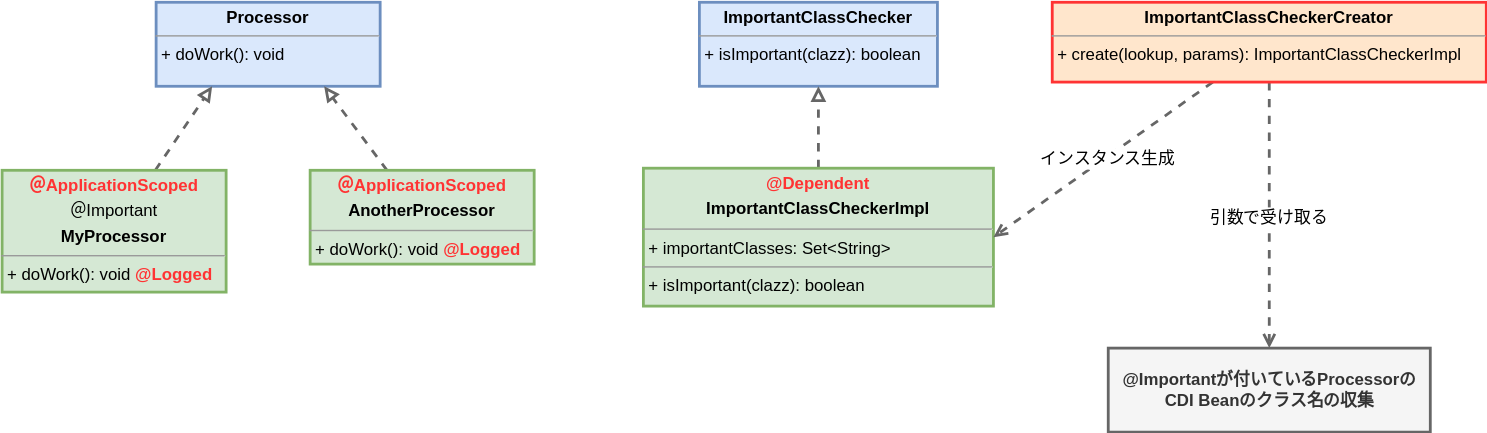
Above: src/img/blogs/2023/1204_02_buidextension_after.drawio.svg in mamezou-tech/mamezou-tech-site (draw.io), before the change. Source tidied: cells renumbered, new cells last; positions are measured from the earlier drawing's top-left corner, leaving out a move shared by most shapes. Its diagram source:
```xml
<mxGraphModel>
  <root>
    <mxCell id="0" />
    <mxCell id="1" parent="0" />
    <mxCell id="2" value="&lt;p style=&quot;margin:0px;margin-top:4px;text-align:center;&quot;&gt;&lt;b&gt;Processor&lt;/b&gt;&lt;/p&gt;&lt;hr size=&quot;1&quot;&gt;&lt;p style=&quot;margin:0px;margin-left:4px;&quot;&gt;+ doWork(): void&lt;/p&gt;" style="verticalAlign=top;align=left;overflow=fill;fontSize=12;fontFamily=Helvetica;html=1;fillColor=#dae8fc;strokeColor=#6c8ebf;strokeWidth=2;" parent="1" vertex="1">
      <mxGeometry x="110" width="160" height="60" as="geometry" />
    </mxCell>
    <mxCell id="3" style="edgeStyle=none;html=1;entryX=0.25;entryY=1;entryDx=0;entryDy=0;endArrow=block;endFill=0;dashed=1;strokeColor=#666666;strokeWidth=2;" parent="1" edge="1" source="4" target="2">
      <mxGeometry relative="1" as="geometry" />
    </mxCell>
    <mxCell id="4" value="&lt;p style=&quot;margin:0px;margin-top:4px;text-align:center;&quot;&gt;&lt;font color=&quot;#ff3333&quot;&gt;&lt;b&gt;＠ApplicationScoped&lt;/b&gt;&lt;/font&gt;&lt;/p&gt;&lt;p style=&quot;margin:0px;margin-top:4px;text-align:center;&quot;&gt;＠Important&lt;/p&gt;&lt;p style=&quot;margin:0px;margin-top:4px;text-align:center;&quot;&gt;&lt;b&gt;MyProcessor&lt;/b&gt;&lt;/p&gt;&lt;hr size=&quot;1&quot;&gt;&lt;p style=&quot;margin:0px;margin-left:4px;&quot;&gt;+ doWork(): void &lt;b&gt;&lt;font color=&quot;#ff3333&quot;&gt;@Logged&lt;/font&gt;&lt;/b&gt;&lt;/p&gt;" style="verticalAlign=top;align=left;overflow=fill;fontSize=12;fontFamily=Helvetica;html=1;fillColor=#d5e8d4;strokeColor=#82b366;strokeWidth=2;" parent="1" vertex="1">
      <mxGeometry y="120" width="160" height="87" as="geometry" />
    </mxCell>
    <mxCell id="5" style="edgeStyle=none;html=1;entryX=0.75;entryY=1;entryDx=0;entryDy=0;dashed=1;endArrow=block;endFill=0;strokeColor=#666666;strokeWidth=2;" parent="1" edge="1" source="6" target="2">
      <mxGeometry relative="1" as="geometry" />
    </mxCell>
    <mxCell id="6" value="&lt;p style=&quot;margin:0px;margin-top:4px;text-align:center;&quot;&gt;&lt;b style=&quot;border-color: var(--border-color); color: rgb(255, 51, 51);&quot;&gt;＠ApplicationScoped&lt;/b&gt;&lt;b style=&quot;background-color: initial;&quot;&gt;&lt;br&gt;&lt;/b&gt;&lt;/p&gt;&lt;p style=&quot;margin:0px;margin-top:4px;text-align:center;&quot;&gt;&lt;b style=&quot;background-color: initial;&quot;&gt;AnotherProcessor&lt;/b&gt;&lt;br&gt;&lt;/p&gt;&lt;hr size=&quot;1&quot;&gt;&lt;p style=&quot;margin:0px;margin-left:4px;&quot;&gt;+ doWork(): void &lt;b&gt;&lt;font color=&quot;#ff3333&quot;&gt;@Logged&lt;/font&gt;&lt;/b&gt;&lt;/p&gt;" style="verticalAlign=top;align=left;overflow=fill;fontSize=12;fontFamily=Helvetica;html=1;fillColor=#d5e8d4;strokeColor=#82b366;strokeWidth=2;" parent="1" vertex="1">
      <mxGeometry x="220" y="120" width="160" height="67" as="geometry" />
    </mxCell>
    <mxCell id="7" value="&lt;p style=&quot;margin:0px;margin-top:4px;text-align:center;&quot;&gt;&lt;b&gt;ImportantClassChecker&lt;/b&gt;&lt;br&gt;&lt;/p&gt;&lt;hr size=&quot;1&quot;&gt;&lt;p style=&quot;margin:0px;margin-left:4px;&quot;&gt;+ isImportant(clazz): boolean&lt;/p&gt;" style="verticalAlign=top;align=left;overflow=fill;fontSize=12;fontFamily=Helvetica;html=1;fillColor=#dae8fc;strokeColor=#6c8ebf;strokeWidth=2;" parent="1" vertex="1">
      <mxGeometry x="498" width="170" height="60" as="geometry" />
    </mxCell>
    <mxCell id="8" style="edgeStyle=none;html=1;entryX=0.5;entryY=1;entryDx=0;entryDy=0;dashed=1;endArrow=block;endFill=0;exitX=0.5;exitY=0;exitDx=0;exitDy=0;strokeColor=#666666;strokeWidth=2;" parent="1" edge="1" source="9" target="7">
      <mxGeometry relative="1" as="geometry" />
    </mxCell>
    <mxCell id="9" value="&lt;p style=&quot;margin:0px;margin-top:4px;text-align:center;&quot;&gt;&lt;span style=&quot;border-color: var(--border-color);&quot;&gt;&lt;b&gt;&lt;font color=&quot;#ff3333&quot;&gt;@Dependent&lt;/font&gt;&lt;/b&gt;&lt;br&gt;&lt;/span&gt;&lt;/p&gt;&lt;p style=&quot;margin:0px;margin-top:4px;text-align:center;&quot;&gt;&lt;b style=&quot;border-color: var(--border-color);&quot;&gt;ImportantClassCheckerImpl&lt;/b&gt;&lt;br&gt;&lt;/p&gt;&lt;hr size=&quot;1&quot;&gt;&lt;p style=&quot;margin:0px;margin-left:4px;&quot;&gt;+ importantClasses:&amp;nbsp;Set&amp;lt;String&amp;gt;&lt;/p&gt;&lt;hr size=&quot;1&quot;&gt;&lt;p style=&quot;margin:0px;margin-left:4px;&quot;&gt;+&amp;nbsp;isImportant(clazz): boolean&lt;/p&gt;" style="verticalAlign=top;align=left;overflow=fill;fontSize=12;fontFamily=Helvetica;html=1;fillColor=#d5e8d4;strokeColor=#82b366;strokeWidth=2;" parent="1" vertex="1">
      <mxGeometry x="458" y="118.5" width="250" height="98.5" as="geometry" />
    </mxCell>
    <mxCell id="10" style="edgeStyle=none;html=1;entryX=1;entryY=0.5;entryDx=0;entryDy=0;fontColor=#FF3333;strokeColor=#666666;strokeWidth=2;endArrow=open;endFill=0;dashed=1;" parent="1" edge="1" source="12" target="9">
      <mxGeometry relative="1" as="geometry" />
    </mxCell>
    <mxCell id="11" style="edgeStyle=none;html=1;entryX=0.5;entryY=0;entryDx=0;entryDy=0;dashed=1;strokeColor=#666666;strokeWidth=2;fontColor=#FF3333;endArrow=open;endFill=0;" parent="1" edge="1" source="12" target="14">
      <mxGeometry relative="1" as="geometry" />
    </mxCell>
    <mxCell id="12" value="&lt;p style=&quot;margin:0px;margin-top:4px;text-align:center;&quot;&gt;&lt;b&gt;ImportantClassCheckerCreator&lt;/b&gt;&lt;br&gt;&lt;/p&gt;&lt;hr size=&quot;1&quot;&gt;&lt;p style=&quot;margin:0px;margin-left:4px;&quot;&gt;&lt;/p&gt;&lt;p style=&quot;margin:0px;margin-left:4px;&quot;&gt;+&amp;nbsp;create(lookup, params):&amp;nbsp;ImportantClassCheckerImpl&lt;/p&gt;" style="verticalAlign=top;align=left;overflow=fill;fontSize=12;fontFamily=Helvetica;html=1;fillColor=#ffe6cc;strokeColor=#FF3333;strokeWidth=2;" parent="1" vertex="1">
      <mxGeometry x="750" width="310" height="57" as="geometry" />
    </mxCell>
    <mxCell id="13" value="インスタンス生成" style="text;html=1;strokeColor=none;fillColor=none;align=center;verticalAlign=middle;whiteSpace=wrap;rounded=0;fontColor=#000000;labelBackgroundColor=default;" parent="1" vertex="1">
      <mxGeometry x="730" y="97" width="120" height="30" as="geometry" />
    </mxCell>
    <mxCell id="14" value="@Importantが付いているProcessorの&lt;br&gt;CDI Beanのクラス名の収集" style="html=1;fontColor=#333333;fillColor=#f5f5f5;strokeColor=#666666;strokeWidth=2;fontStyle=1;" parent="1" vertex="1">
      <mxGeometry x="790" y="247" width="230" height="60" as="geometry" />
    </mxCell>
    <mxCell id="15" value="引数で受け取る" style="text;html=1;strokeColor=none;fillColor=none;align=center;verticalAlign=middle;whiteSpace=wrap;rounded=0;fontColor=#000000;labelBackgroundColor=default;" parent="1" vertex="1">
      <mxGeometry x="845" y="138.5" width="120" height="30" as="geometry" />
    </mxCell>
  </root>
</mxGraphModel>
```
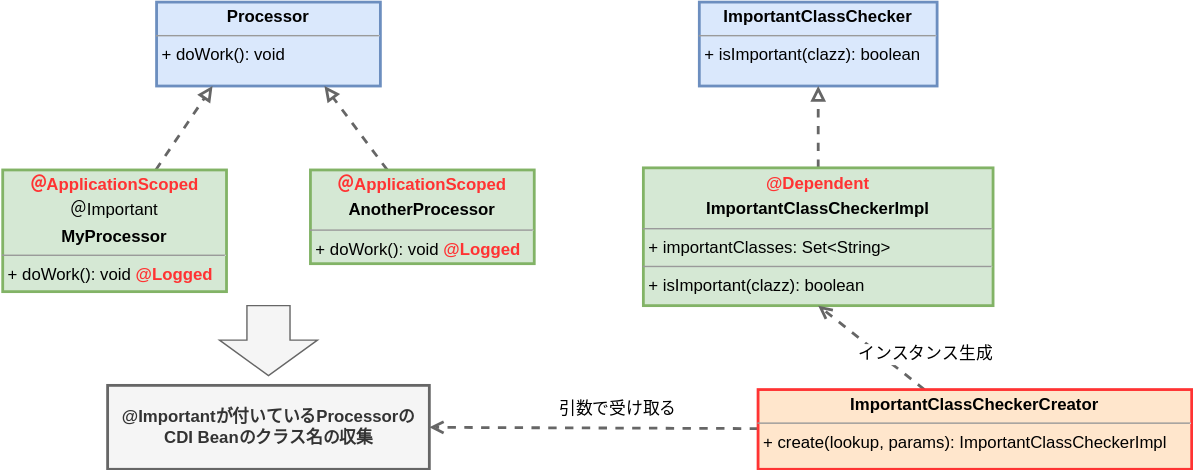
The same diagram one commit later.

Change to the diagram source:
```diff
@@ -26,23 +26,26 @@
     <mxCell id="9" value="&lt;p style=&quot;margin:0px;margin-top:4px;text-align:center;&quot;&gt;&lt;span style=&quot;border-color: var(--border-color);&quot;&gt;&lt;b&gt;&lt;font color=&quot;#ff3333&quot;&gt;@Dependent&lt;/font&gt;&lt;/b&gt;&lt;br&gt;&lt;/span&gt;&lt;/p&gt;&lt;p style=&quot;margin:0px;margin-top:4px;text-align:center;&quot;&gt;&lt;b style=&quot;border-color: var(--border-color);&quot;&gt;ImportantClassCheckerImpl&lt;/b&gt;&lt;br&gt;&lt;/p&gt;&lt;hr size=&quot;1&quot;&gt;&lt;p style=&quot;margin:0px;margin-left:4px;&quot;&gt;+ importantClasses:&amp;nbsp;Set&amp;lt;String&amp;gt;&lt;/p&gt;&lt;hr size=&quot;1&quot;&gt;&lt;p style=&quot;margin:0px;margin-left:4px;&quot;&gt;+&amp;nbsp;isImportant(clazz): boolean&lt;/p&gt;" style="verticalAlign=top;align=left;overflow=fill;fontSize=12;fontFamily=Helvetica;html=1;fillColor=#d5e8d4;strokeColor=#82b366;strokeWidth=2;" parent="1" vertex="1">
       <mxGeometry x="458" y="118.5" width="250" height="98.5" as="geometry" />
     </mxCell>
-    <mxCell id="10" style="edgeStyle=none;html=1;entryX=1;entryY=0.5;entryDx=0;entryDy=0;fontColor=#FF3333;strokeColor=#666666;strokeWidth=2;endArrow=open;endFill=0;dashed=1;" parent="1" edge="1" source="12" target="9">
+    <mxCell id="10" style="edgeStyle=none;html=1;entryX=0.5;entryY=1;entryDx=0;entryDy=0;fontColor=#FF3333;strokeColor=#666666;strokeWidth=2;endArrow=open;endFill=0;dashed=1;" parent="1" edge="1" source="12" target="9">
       <mxGeometry relative="1" as="geometry" />
     </mxCell>
-    <mxCell id="11" style="edgeStyle=none;html=1;entryX=0.5;entryY=0;entryDx=0;entryDy=0;dashed=1;strokeColor=#666666;strokeWidth=2;fontColor=#FF3333;endArrow=open;endFill=0;" parent="1" edge="1" source="12" target="14">
+    <mxCell id="11" style="edgeStyle=none;html=1;entryX=1;entryY=0.5;entryDx=0;entryDy=0;dashed=1;strokeColor=#666666;strokeWidth=2;fontColor=#FF3333;endArrow=open;endFill=0;" parent="1" edge="1" source="12" target="14">
       <mxGeometry relative="1" as="geometry" />
     </mxCell>
     <mxCell id="12" value="&lt;p style=&quot;margin:0px;margin-top:4px;text-align:center;&quot;&gt;&lt;b&gt;ImportantClassCheckerCreator&lt;/b&gt;&lt;br&gt;&lt;/p&gt;&lt;hr size=&quot;1&quot;&gt;&lt;p style=&quot;margin:0px;margin-left:4px;&quot;&gt;&lt;/p&gt;&lt;p style=&quot;margin:0px;margin-left:4px;&quot;&gt;+&amp;nbsp;create(lookup, params):&amp;nbsp;ImportantClassCheckerImpl&lt;/p&gt;" style="verticalAlign=top;align=left;overflow=fill;fontSize=12;fontFamily=Helvetica;html=1;fillColor=#ffe6cc;strokeColor=#FF3333;strokeWidth=2;" parent="1" vertex="1">
-      <mxGeometry x="750" width="310" height="57" as="geometry" />
+      <mxGeometry x="540" y="277" width="310" height="57" as="geometry" />
     </mxCell>
     <mxCell id="13" value="インスタンス生成" style="text;html=1;strokeColor=none;fillColor=none;align=center;verticalAlign=middle;whiteSpace=wrap;rounded=0;fontColor=#000000;labelBackgroundColor=default;" parent="1" vertex="1">
-      <mxGeometry x="730" y="97" width="120" height="30" as="geometry" />
+      <mxGeometry x="600" y="237" width="120" height="30" as="geometry" />
     </mxCell>
     <mxCell id="14" value="@Importantが付いているProcessorの&lt;br&gt;CDI Beanのクラス名の収集" style="html=1;fontColor=#333333;fillColor=#f5f5f5;strokeColor=#666666;strokeWidth=2;fontStyle=1;" parent="1" vertex="1">
-      <mxGeometry x="790" y="247" width="230" height="60" as="geometry" />
+      <mxGeometry x="75" y="274" width="230" height="60" as="geometry" />
     </mxCell>
     <mxCell id="15" value="引数で受け取る" style="text;html=1;strokeColor=none;fillColor=none;align=center;verticalAlign=middle;whiteSpace=wrap;rounded=0;fontColor=#000000;labelBackgroundColor=default;" parent="1" vertex="1">
-      <mxGeometry x="845" y="138.5" width="120" height="30" as="geometry" />
+      <mxGeometry x="380" y="275.5" width="120" height="30" as="geometry" />
     </mxCell>
+    <mxCell id="16" style="html=1;shadow=0;dashed=0;align=center;verticalAlign=middle;shape=mxgraph.arrows2.arrow;dy=0.56;dx=25.32;direction=south;notch=0;fillColor=#f5f5f5;fontColor=#333333;strokeColor=#666666;" parent="1" vertex="1">
+      <mxGeometry x="155" y="217" width="70" height="50" as="geometry" />
+    </mxCell>
   </root>
 </mxGraphModel>
```
